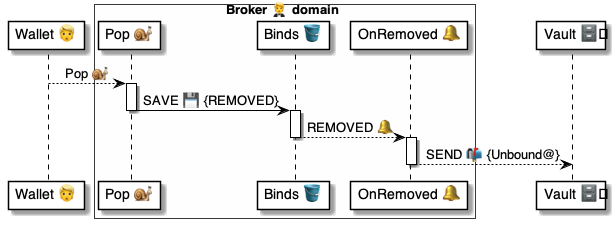
Above: 4 ⚙️ Solution/20 🧑‍🦰 UI/Brokers 🤵/🤵🪣 Broker tables/Binds 🔗 table/🪣🧱 61 Removed 🔔 event/🤵 OnBindRemoved ⚙️ uml.png in pollyweb-org/pollyweb-docs (PlantUML), before the change. Its source is kept beside it as 4 ⚙️ Solution/20 🧑‍🦰 UI/Brokers 🤵/🤵🪣 Broker tables/Binds 🔗 table/🪣🧱 61 Removed 🔔 event/🤵 OnBindRemoved ⚙️ uml.puml. Source of this version:
```plantuml
@startuml OnBindRemoved

participant "Wallet 👱" as wallet

box Broker 🤵 domain #FFFFFA
    participant "Pop 🐌" as script
    participant "Binds 🪣" as binds
    participant "OnRemoved 🔔" as handler
end box
participant "Vault 🗄️" as vault


wallet --> script: Pop 🐌

activate script
    script -> binds: SAVE 💾 {REMOVED}
deactivate script

activate binds
    binds --> handler: REMOVED 🔔
deactivate binds

activate handler
    handler --> vault: SEND 📬 {Unbound@}
deactivate handler

@enduml
```
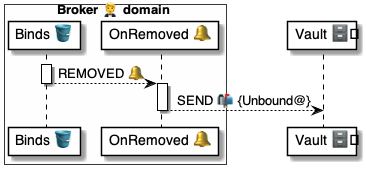
The same file after the commit.

Change to the diagram source:
```diff
@@ -1,20 +1,11 @@
 @startuml OnBindRemoved
 
-participant "Wallet 👱" as wallet
-
 box Broker 🤵 domain #FFFFFA
-    participant "Pop 🐌" as script
     participant "Binds 🪣" as binds
     participant "OnRemoved 🔔" as handler
 end box
 participant "Vault 🗄️" as vault
 
-
-wallet --> script: Pop 🐌
-
-activate script
-    script -> binds: SAVE 💾 {REMOVED}
-deactivate script
 
 activate binds
     binds --> handler: REMOVED 🔔
```
